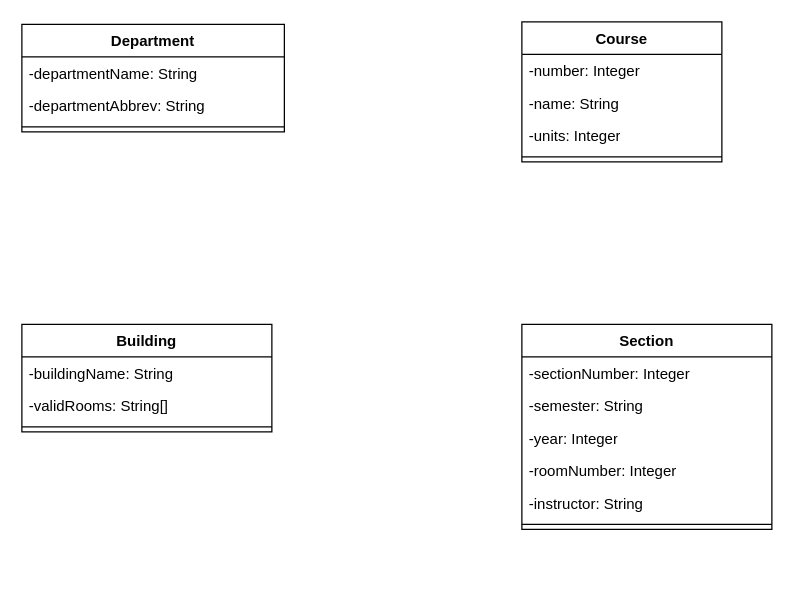
Cole-Hartman/database-UML keeps this draw.io diagram as 5. Document-based Implementation HW Cole Hartman.drawio. Above is the earlier version. Source tidied: cells renumbered, new cells numbered last; positions are measured from the earlier drawing's top-left corner, leaving out a move shared by most shapes. Both pictures are drawn from the tidied source at 125%, with x=0, y=0 at pixel (21, 21).
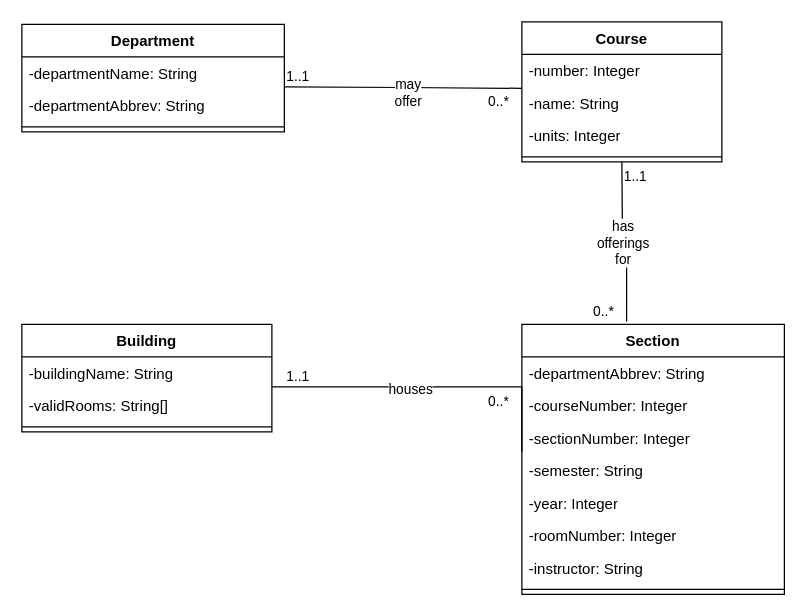
After the change.

Unchanged cells that the change refers to:
```xml
<mxCell id="8" value="-name: String&lt;span style=&quot;white-space: pre;&quot;&gt;&#9;&lt;/span&gt;" style="text;strokeColor=none;fillColor=none;align=left;verticalAlign=top;spacingLeft=4;spacingRight=4;overflow=hidden;points=[[0,0.5],[1,0.5]];portConstraint=eastwest;whiteSpace=wrap;html=1;" parent="6" vertex="1">
  <mxGeometry y="52" width="160" height="26" as="geometry" />
</mxCell>
```

What changed in the source:
```diff
@@
     <mxCell id="15" value="Section" style="swimlane;fontStyle=1;align=center;verticalAlign=top;horizontal=1;startSize=26;whiteSpace=wrap;html=1;" parent="1" vertex="1">
-      <mxGeometry x="400" y="242" width="200" height="164" as="geometry" />
+      <mxGeometry x="400" y="242" width="210" height="216" as="geometry" />
     </mxCell>
+    <mxCell id="22" value="-departmentAbbrev: String" style="text;strokeColor=none;fillColor=none;align=left;verticalAlign=top;spacingLeft=4;spacingRight=4;overflow=hidden;whiteSpace=wrap;html=1;" parent="15" vertex="1">
+      <mxGeometry y="26" width="210" height="26" as="geometry" />
+    </mxCell>
+    <mxCell id="23" value="-courseNumber: Integer" style="text;strokeColor=none;fillColor=none;align=left;verticalAlign=top;spacingLeft=4;spacingRight=4;overflow=hidden;whiteSpace=wrap;html=1;" parent="15" vertex="1">
+      <mxGeometry y="52" width="210" height="26" as="geometry" />
+    </mxCell>
     <mxCell id="16" value="-sectionNumber: Integer" style="text;strokeColor=none;fillColor=none;align=left;verticalAlign=top;spacingLeft=4;spacingRight=4;overflow=hidden;points=[[0,0.5],[1,0.5]];portConstraint=eastwest;whiteSpace=wrap;html=1;" parent="15" vertex="1">
-      <mxGeometry y="26" width="200" height="26" as="geometry" />
+      <mxGeometry y="78" width="210" height="26" as="geometry" />
     </mxCell>
     <mxCell id="17" value="-semester: String" style="text;strokeColor=none;fillColor=none;align=left;verticalAlign=top;spacingLeft=4;spacingRight=4;overflow=hidden;whiteSpace=wrap;html=1;" parent="15" vertex="1">
-      <mxGeometry y="52" width="200" height="26" as="geometry" />
+      <mxGeometry y="104" width="210" height="26" as="geometry" />
     </mxCell>
     <mxCell id="18" value="-year: Integer" style="text;strokeColor=none;fillColor=none;align=left;verticalAlign=top;spacingLeft=4;spacingRight=4;overflow=hidden;whiteSpace=wrap;html=1;" parent="15" vertex="1">
-      <mxGeometry y="78" width="200" height="26" as="geometry" />
+      <mxGeometry y="130" width="210" height="26" as="geometry" />
     </mxCell>
     <mxCell id="19" value="-roomNumber: Integer" style="text;strokeColor=none;fillColor=none;align=left;verticalAlign=top;spacingLeft=4;spacingRight=4;overflow=hidden;whiteSpace=wrap;html=1;" parent="15" vertex="1">
-      <mxGeometry y="104" width="200" height="26" as="geometry" />
+      <mxGeometry y="156" width="210" height="26" as="geometry" />
     </mxCell>
     <mxCell id="20" value="-instructor: String" style="text;strokeColor=none;fillColor=none;align=left;verticalAlign=top;spacingLeft=4;spacingRight=4;overflow=hidden;whiteSpace=wrap;html=1;" parent="15" vertex="1">
-      <mxGeometry y="130" width="200" height="26" as="geometry" />
+      <mxGeometry y="182" width="210" height="26" as="geometry" />
     </mxCell>
     <mxCell id="21" style="line;strokeWidth=1;fillColor=none;align=left;verticalAlign=middle;spacingTop=-1;spacingLeft=3;spacingRight=3;labelPosition=right;strokeColor=inherit;" parent="15" vertex="1">
-      <mxGeometry y="156" width="200" height="8" as="geometry" />
+      <mxGeometry y="208" width="210" height="8" as="geometry" />
     </mxCell>
+    <mxCell id="24" style="endArrow=none;html=1;edgeStyle=orthogonalEdgeStyle;rounded=0;entryX=0;entryY=0.045;entryDx=0;entryDy=0;entryPerimeter=0;" parent="1" edge="1" target="8">
+      <mxGeometry relative="1" as="geometry">
+        <mxPoint x="210" y="52" as="sourcePoint" />
+      </mxGeometry>
+    </mxCell>
+    <mxCell id="25" value="1..1" style="edgeLabel;html=1;align=left;verticalAlign=bottom;" parent="24" vertex="1">
+      <mxGeometry x="-1" relative="1" as="geometry" />
+    </mxCell>
+    <mxCell id="26" value="0..*" style="edgeLabel;html=1;align=right;verticalAlign=bottom;" parent="24" vertex="1">
+      <mxGeometry x="1" relative="1" as="geometry">
+        <mxPoint x="-10" y="19" as="offset" />
+      </mxGeometry>
+    </mxCell>
+    <mxCell id="27" value="may&lt;br&gt;offer" style="edgeLabel;html=1;align=center;verticalAlign=middle;" parent="24" vertex="1">
+      <mxGeometry x="0.04" y="-3" relative="1" as="geometry" />
+    </mxCell>
+    <mxCell id="28" style="endArrow=none;html=1;edgeStyle=orthogonalEdgeStyle;rounded=0;entryX=0.399;entryY=-0.011;entryDx=0;entryDy=0;entryPerimeter=0;" parent="1" edge="1" target="15">
+      <mxGeometry relative="1" as="geometry">
+        <mxPoint x="480" y="112" as="sourcePoint" />
+      </mxGeometry>
+    </mxCell>
+    <mxCell id="29" value="1..1" style="edgeLabel;html=1;align=left;verticalAlign=bottom;" parent="28" vertex="1">
+      <mxGeometry x="-1" relative="1" as="geometry">
+        <mxPoint y="20" as="offset" />
+      </mxGeometry>
+    </mxCell>
+    <mxCell id="30" value="0..*" style="edgeLabel;html=1;align=right;verticalAlign=bottom;" parent="28" vertex="1">
+      <mxGeometry x="1" relative="1" as="geometry">
+        <mxPoint x="-10" as="offset" />
+      </mxGeometry>
+    </mxCell>
+    <mxCell id="31" value="has&lt;br&gt;offerings&lt;br&gt;for" style="edgeLabel;html=1;align=center;verticalAlign=middle;" parent="28" vertex="1">
+      <mxGeometry relative="1" as="geometry" />
+    </mxCell>
+    <mxCell id="32" style="endArrow=none;html=1;edgeStyle=orthogonalEdgeStyle;rounded=0;entryX=0;entryY=0.923;entryDx=0;entryDy=0;entryPerimeter=0;" parent="1" edge="1" target="16">
+      <mxGeometry relative="1" as="geometry">
+        <mxPoint x="200" y="292" as="sourcePoint" />
+        <Array as="points">
+          <mxPoint x="400" y="292" />
+        </Array>
+      </mxGeometry>
+    </mxCell>
+    <mxCell id="33" value="1..1" style="edgeLabel;html=1;align=left;verticalAlign=bottom;" parent="32" vertex="1">
+      <mxGeometry x="-1" relative="1" as="geometry">
+        <mxPoint x="10" as="offset" />
+      </mxGeometry>
+    </mxCell>
+    <mxCell id="34" value="0..*" style="edgeLabel;html=1;align=right;verticalAlign=bottom;" parent="32" vertex="1">
+      <mxGeometry x="1" relative="1" as="geometry">
+        <mxPoint x="-10" y="-32" as="offset" />
+      </mxGeometry>
+    </mxCell>
+    <mxCell id="35" value="houses" style="edgeLabel;html=1;align=center;verticalAlign=middle;" parent="32" vertex="1">
+      <mxGeometry x="0.08" y="-1" relative="1" as="geometry">
+        <mxPoint x="-26" as="offset" />
+      </mxGeometry>
+    </mxCell>
```
